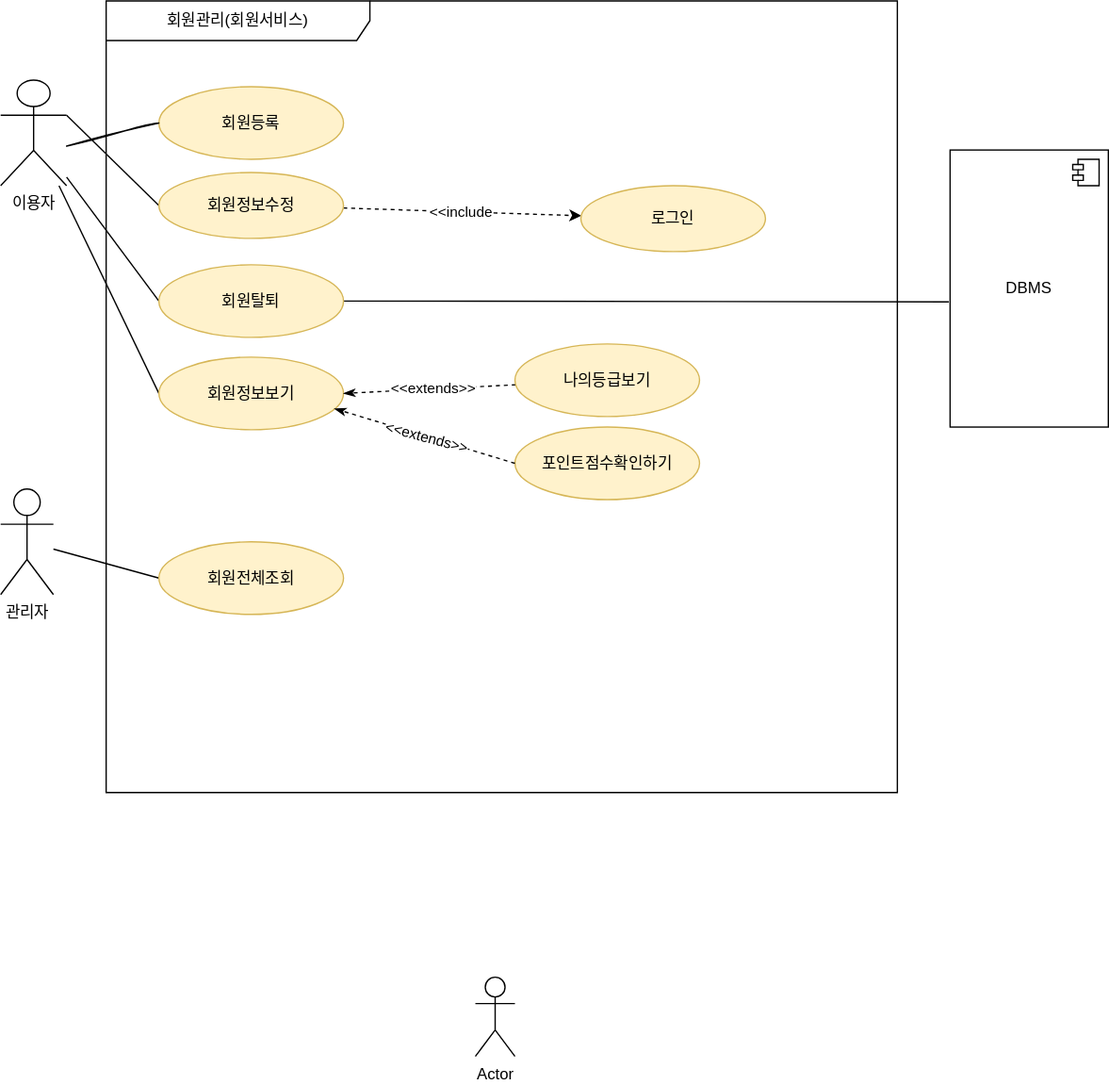
The draw.io diagram 제목 없는 다이어그램.drawio.svg in parkwonjun2/multi_it_test, before a commit. Source tidied: cells renumbered, new cells last; positions are measured from the earlier drawing's top-left corner, leaving out a move shared by most shapes. The source it was exported from:
```xml
<mxGraphModel>
  <root>
    <mxCell id="0" />
    <mxCell id="1" parent="0" />
    <mxCell id="2" value="Actor" style="shape=umlActor;verticalLabelPosition=bottom;verticalAlign=top;html=1;" parent="1" vertex="1">
      <mxGeometry x="360" y="740" width="30" height="60" as="geometry" />
    </mxCell>
    <mxCell id="3" style="rounded=0;jettySize=auto;html=1;exitX=1;exitY=0.3333333333333333;exitDx=0;exitDy=0;exitPerimeter=0;entryX=0;entryY=0.5;entryDx=0;entryDy=0;endArrow=none;endFill=0;" parent="1" edge="1" source="6" target="13">
      <mxGeometry relative="1" as="geometry" />
    </mxCell>
    <mxCell id="4" style="rounded=0;jettySize=auto;html=1;entryX=0;entryY=0.5;entryDx=0;entryDy=0;endArrow=none;endFill=0;" parent="1" edge="1" source="6" target="15">
      <mxGeometry relative="1" as="geometry" />
    </mxCell>
    <mxCell id="5" style="rounded=0;jettySize=auto;html=1;entryX=0;entryY=0.5;entryDx=0;entryDy=0;endArrow=none;endFill=0;" parent="1" edge="1" source="6" target="16">
      <mxGeometry relative="1" as="geometry" />
    </mxCell>
    <mxCell id="6" value="이용자&lt;br&gt;" style="shape=umlActor;verticalLabelPosition=bottom;verticalAlign=top;html=1;outlineConnect=0;" parent="1" vertex="1">
      <mxGeometry y="60" width="50" height="80" as="geometry" />
    </mxCell>
    <mxCell id="7" value="회원관리(회원서비스)" style="shape=umlFrame;whiteSpace=wrap;html=1;width=200;height=30;" parent="1" vertex="1">
      <mxGeometry x="80" width="600" height="600" as="geometry" />
    </mxCell>
    <mxCell id="8" value="회원등록" style="ellipse;whiteSpace=wrap;html=1;fillColor=#fff2cc;strokeColor=#d6b656;" parent="1" vertex="1">
      <mxGeometry x="120" y="65" width="140" height="55" as="geometry" />
    </mxCell>
    <mxCell id="9" style="rounded=0;jettySize=auto;html=1;entryX=0;entryY=0.5;entryDx=0;entryDy=0;endArrow=none;endFill=0;" parent="1" edge="1" source="10" target="17">
      <mxGeometry relative="1" as="geometry" />
    </mxCell>
    <mxCell id="10" value="관리자" style="shape=umlActor;verticalLabelPosition=bottom;verticalAlign=top;html=1;outlineConnect=0;" parent="1" vertex="1">
      <mxGeometry y="370" width="40" height="80" as="geometry" />
    </mxCell>
    <mxCell id="11" value="&lt;br&gt;" style="rounded=0;jettySize=auto;html=1;dashed=1;" parent="1" edge="1" source="13" target="19">
      <mxGeometry x="0.11" relative="1" as="geometry" />
    </mxCell>
    <mxCell id="12" value="&amp;lt;&amp;lt;include" style="edgeLabel;html=1;align=center;verticalAlign=middle;" parent="11" vertex="1">
      <mxGeometry x="-0.55" y="1" relative="1" as="geometry">
        <mxPoint x="49" y="2" as="offset" />
      </mxGeometry>
    </mxCell>
    <mxCell id="13" value="회원정보수정" style="ellipse;whiteSpace=wrap;html=1;fillColor=#fff2cc;strokeColor=#d6b656;" parent="1" vertex="1">
      <mxGeometry x="120" y="130" width="140" height="50" as="geometry" />
    </mxCell>
    <mxCell id="14" style="rounded=0;jettySize=auto;html=1;entryX=-0.008;entryY=0.548;entryDx=0;entryDy=0;entryPerimeter=0;endArrow=none;endFill=0;" parent="1" edge="1" source="15" target="26">
      <mxGeometry relative="1" as="geometry" />
    </mxCell>
    <mxCell id="15" value="회원탈퇴" style="ellipse;whiteSpace=wrap;html=1;fillColor=#fff2cc;strokeColor=#d6b656;" parent="1" vertex="1">
      <mxGeometry x="120" y="200" width="140" height="55" as="geometry" />
    </mxCell>
    <mxCell id="16" value="회원정보보기" style="ellipse;whiteSpace=wrap;html=1;fillColor=#fff2cc;strokeColor=#d6b656;" parent="1" vertex="1">
      <mxGeometry x="120" y="270" width="140" height="55" as="geometry" />
    </mxCell>
    <mxCell id="17" value="회원전체조회" style="ellipse;whiteSpace=wrap;html=1;fillColor=#fff2cc;strokeColor=#d6b656;" parent="1" vertex="1">
      <mxGeometry x="120" y="410" width="140" height="55" as="geometry" />
    </mxCell>
    <mxCell id="18" style="rounded=0;jettySize=auto;html=1;endArrow=none;endFill=0;startArrow=none;startFill=0;strokeColor=default;sketch=1;curveFitting=1;jiggle=2;exitX=0;exitY=0.5;exitDx=0;exitDy=0;" parent="1" edge="1" source="8">
      <mxGeometry relative="1" as="geometry">
        <mxPoint x="50" y="110" as="targetPoint" />
      </mxGeometry>
    </mxCell>
    <mxCell id="19" value="로그인" style="ellipse;whiteSpace=wrap;html=1;fillColor=#fff2cc;strokeColor=#d6b656;" parent="1" vertex="1">
      <mxGeometry x="440" y="140" width="140" height="50" as="geometry" />
    </mxCell>
    <mxCell id="20" style="rounded=0;jettySize=auto;html=1;entryX=1;entryY=0.5;entryDx=0;entryDy=0;endArrow=classicThin;endFill=1;dashed=1;" parent="1" edge="1" source="22" target="16">
      <mxGeometry relative="1" as="geometry" />
    </mxCell>
    <mxCell id="21" value="&amp;lt;&amp;lt;extends&amp;gt;&amp;gt;" style="edgeLabel;html=1;align=center;verticalAlign=middle;" parent="20" vertex="1">
      <mxGeometry x="0.34" y="1" relative="1" as="geometry">
        <mxPoint x="25" y="-3" as="offset" />
      </mxGeometry>
    </mxCell>
    <mxCell id="22" value="나의등급보기" style="ellipse;whiteSpace=wrap;html=1;fillColor=#fff2cc;strokeColor=#d6b656;" parent="1" vertex="1">
      <mxGeometry x="390" y="260" width="140" height="55" as="geometry" />
    </mxCell>
    <mxCell id="23" value="포인트점수확인하기" style="ellipse;whiteSpace=wrap;html=1;fillColor=#fff2cc;strokeColor=#d6b656;" parent="1" vertex="1">
      <mxGeometry x="390" y="323" width="140" height="55" as="geometry" />
    </mxCell>
    <mxCell id="24" style="rounded=0;jettySize=auto;html=1;entryX=0.95;entryY=0.709;entryDx=0;entryDy=0;endArrow=classicThin;endFill=1;dashed=1;entryPerimeter=0;exitX=0;exitY=0.5;exitDx=0;exitDy=0;" parent="1" edge="1" source="23" target="16">
      <mxGeometry relative="1" as="geometry" />
    </mxCell>
    <mxCell id="25" value="&amp;lt;&amp;lt;extends&amp;gt;&amp;gt;" style="edgeLabel;html=1;align=center;verticalAlign=middle;rotation=15;" parent="24" vertex="1">
      <mxGeometry x="0.34" y="1" relative="1" as="geometry">
        <mxPoint x="25" y="7" as="offset" />
      </mxGeometry>
    </mxCell>
    <mxCell id="26" value="DBMS" style="html=1;whiteSpace=wrap;" parent="1" vertex="1">
      <mxGeometry x="720" y="113" width="120" height="210" as="geometry" />
    </mxCell>
    <mxCell id="27" style="shape=module;jettyWidth=8;jettyHeight=4;" parent="26" vertex="1">
      <mxGeometry x="1" width="20" height="20" relative="1" as="geometry">
        <mxPoint x="-27" y="7" as="offset" />
      </mxGeometry>
    </mxCell>
  </root>
</mxGraphModel>
```
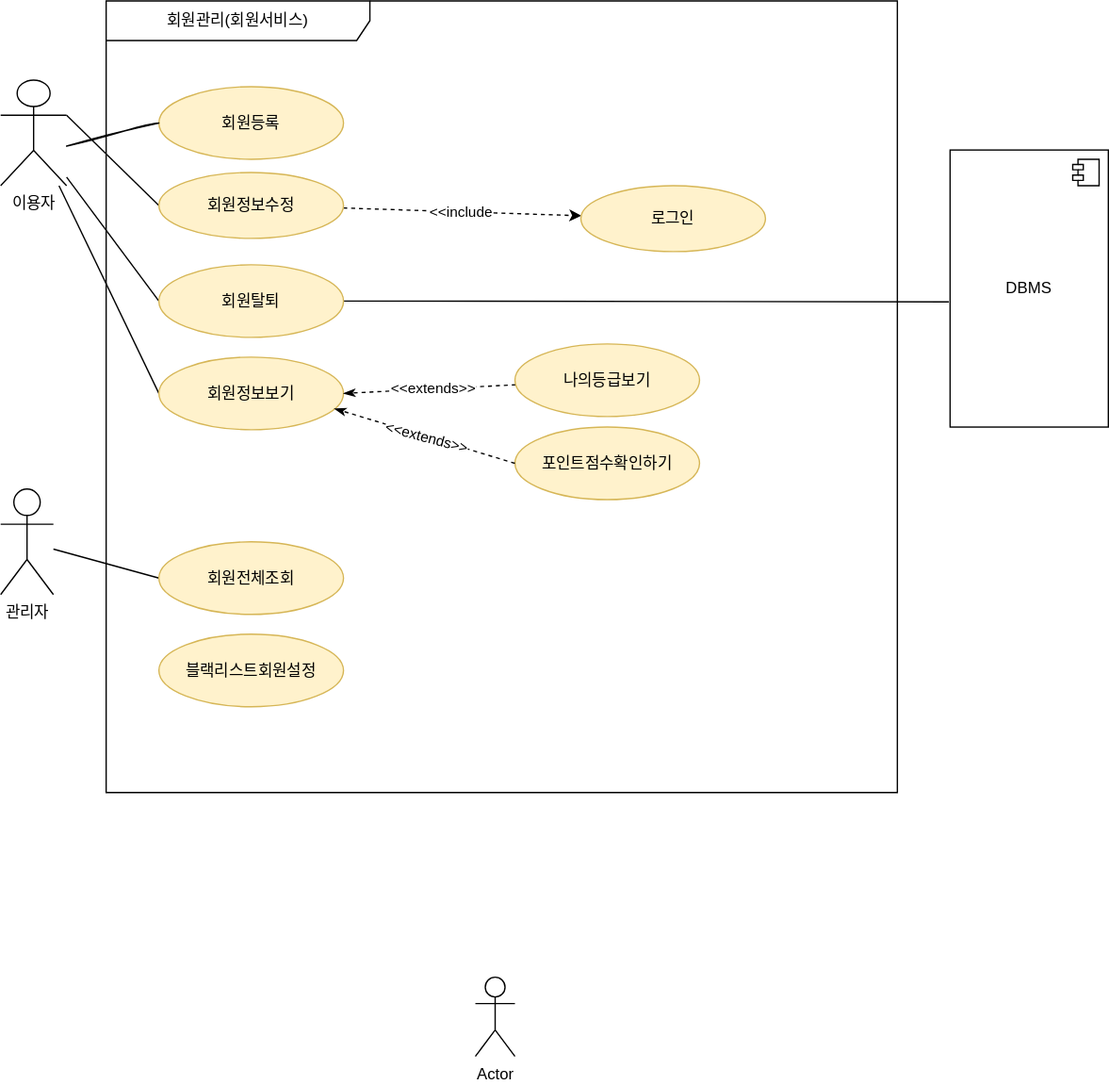
After the commit.

Commit message:
제목 없는 다이어그램.drawio.svg 업데이트

Diff of the diagram source:
```diff
@@ -90,5 +90,8 @@
         <mxPoint x="-27" y="7" as="offset" />
       </mxGeometry>
     </mxCell>
+    <mxCell id="28" value="블랙리스트회원설정" style="ellipse;whiteSpace=wrap;html=1;fillColor=#fff2cc;strokeColor=#d6b656;" parent="1" vertex="1">
+      <mxGeometry x="120" y="480" width="140" height="55" as="geometry" />
+    </mxCell>
   </root>
 </mxGraphModel>
```
